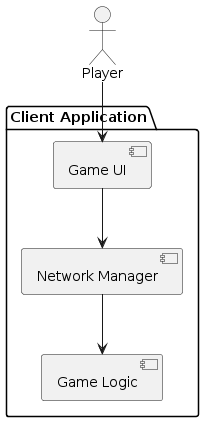
Earlier version of the PlantUML export doc/design/figures/hld_client_app.png (InspireCraft/ProjectOMG).
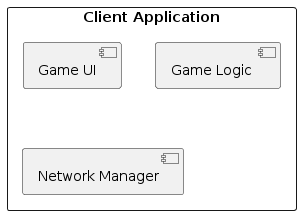
The same file after the commit.

What changed in the source:
```diff
@@ -1,10 +1,7 @@
 @startuml
-actor Player
-
-package "Client Application" {
-  [Game UI] --> [Network Manager]
-  [Network Manager] --> [Game Logic]
+rectangle "Client Application" {
+  [Game UI]
+  [Game Logic ]
+[Network Manager]
 }
-
-Player --> [Game UI]
 @enduml
```
